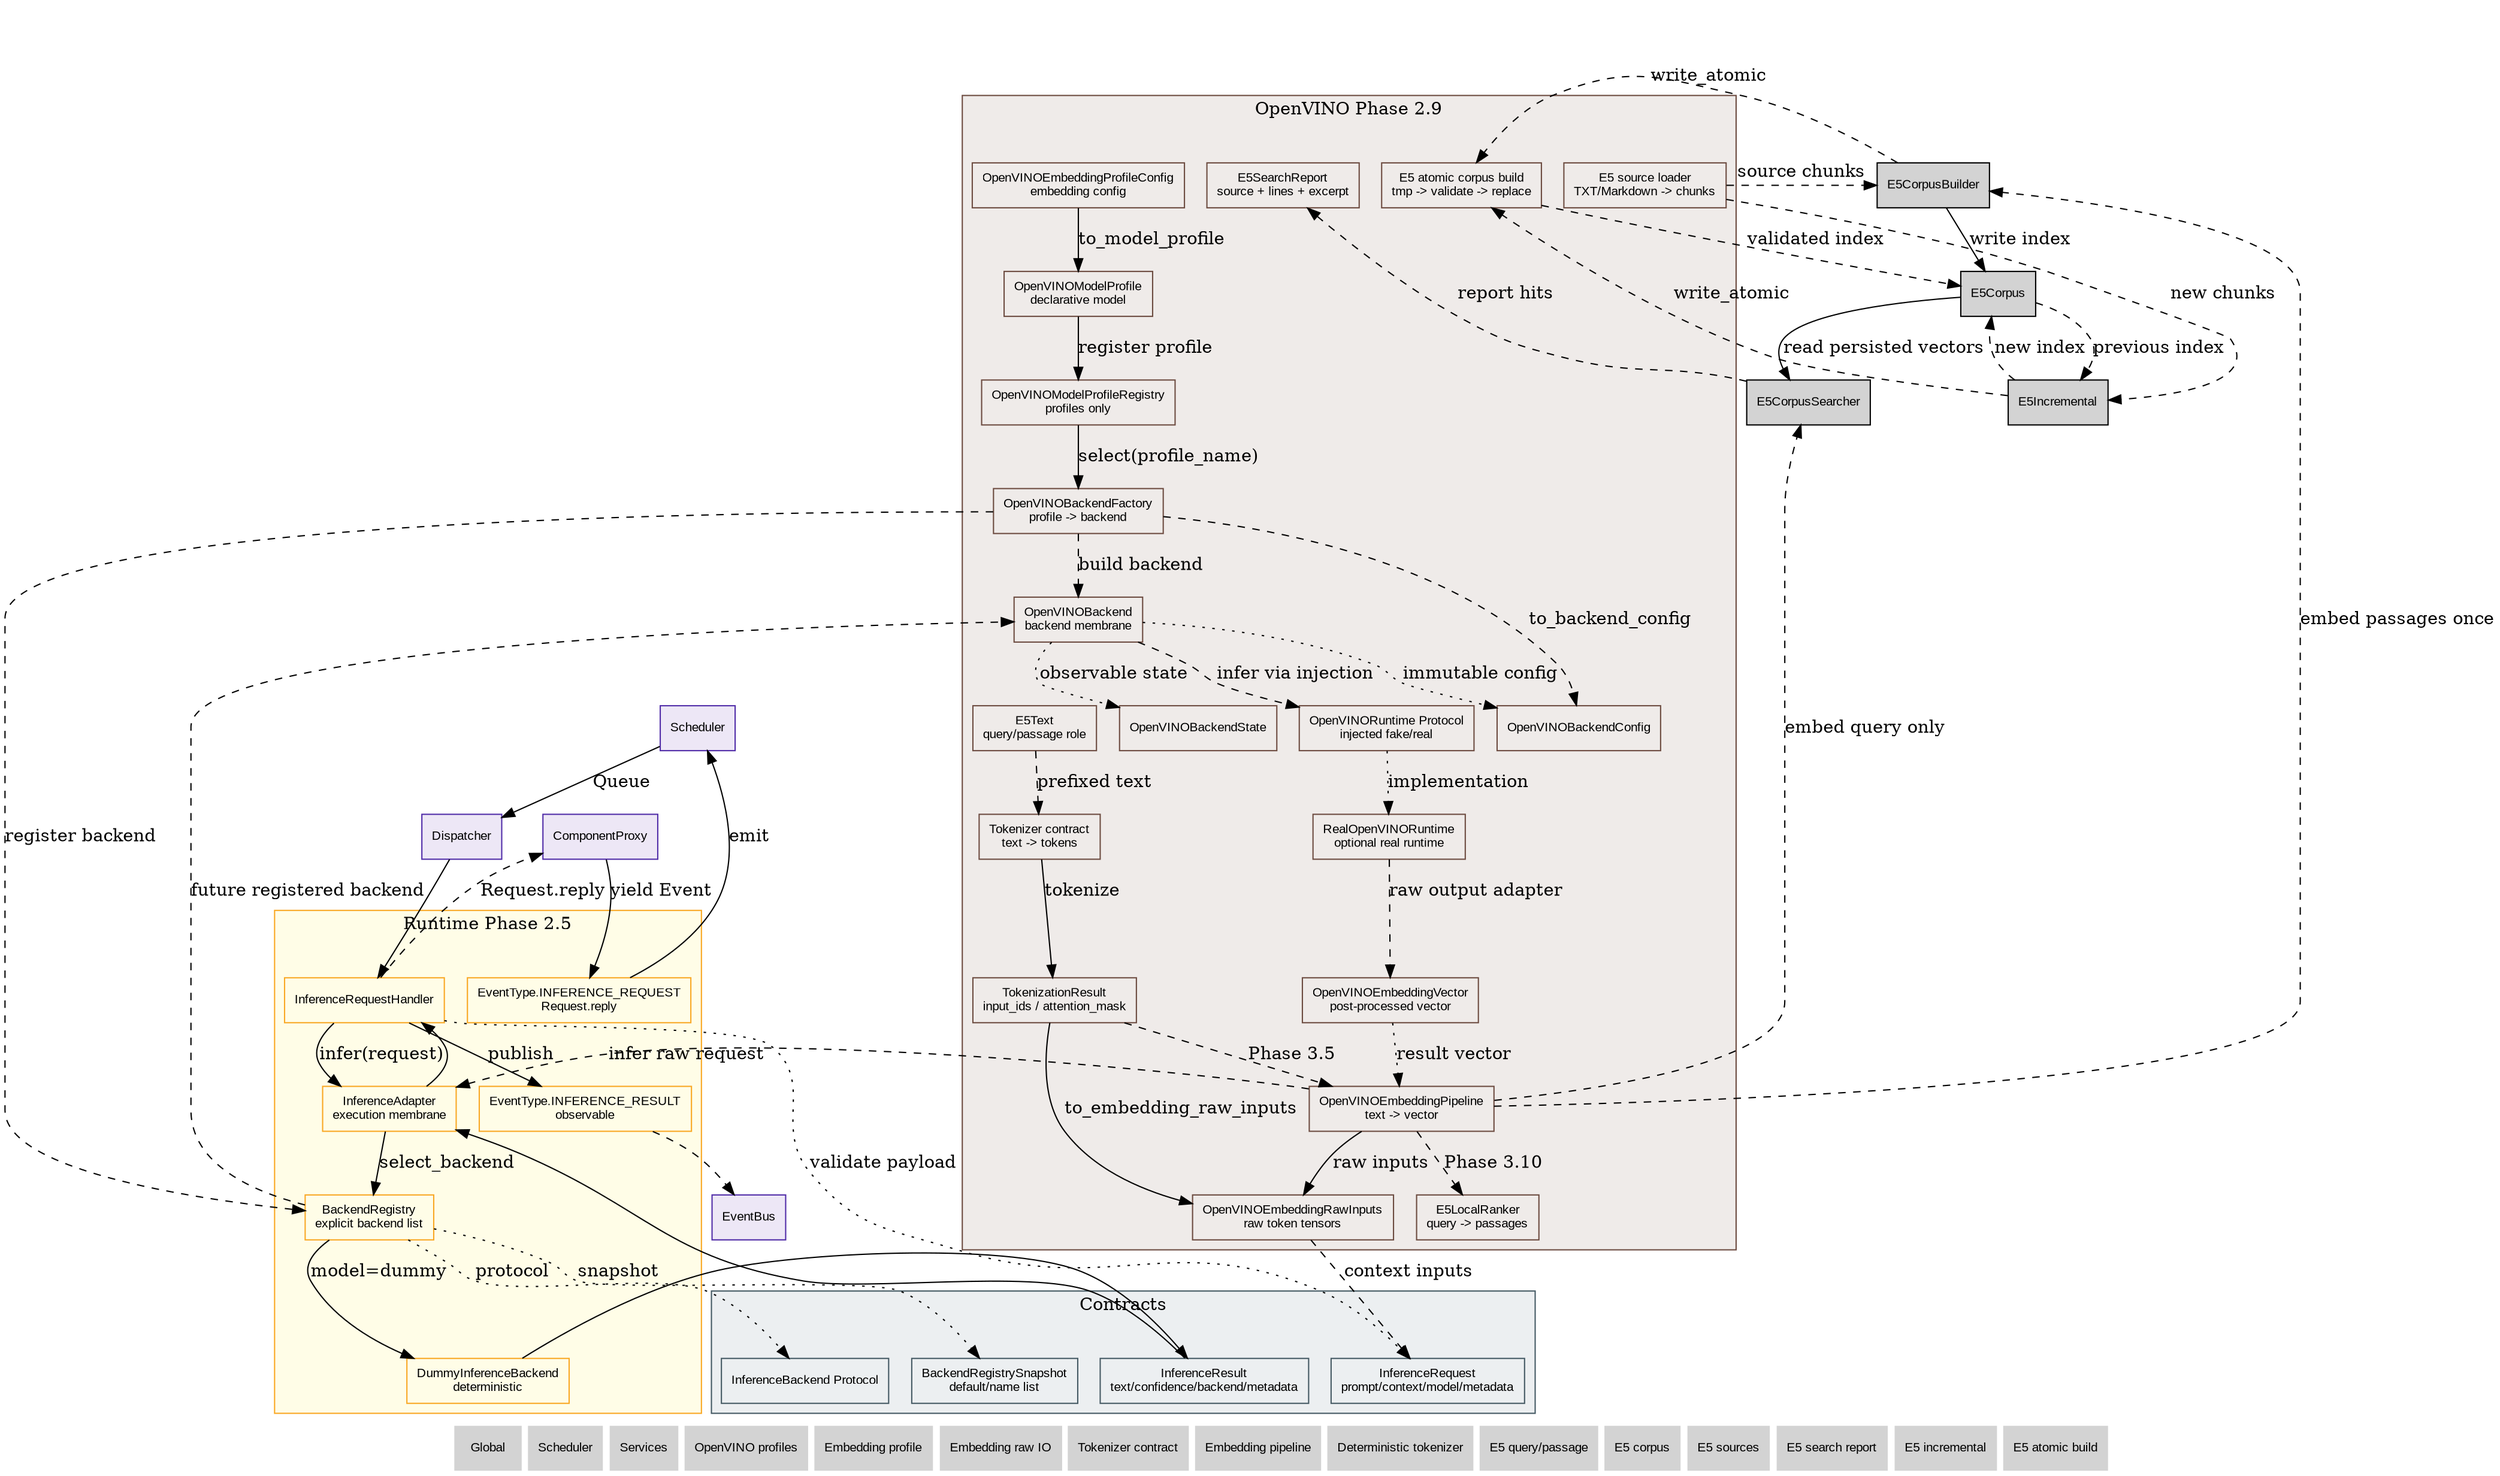
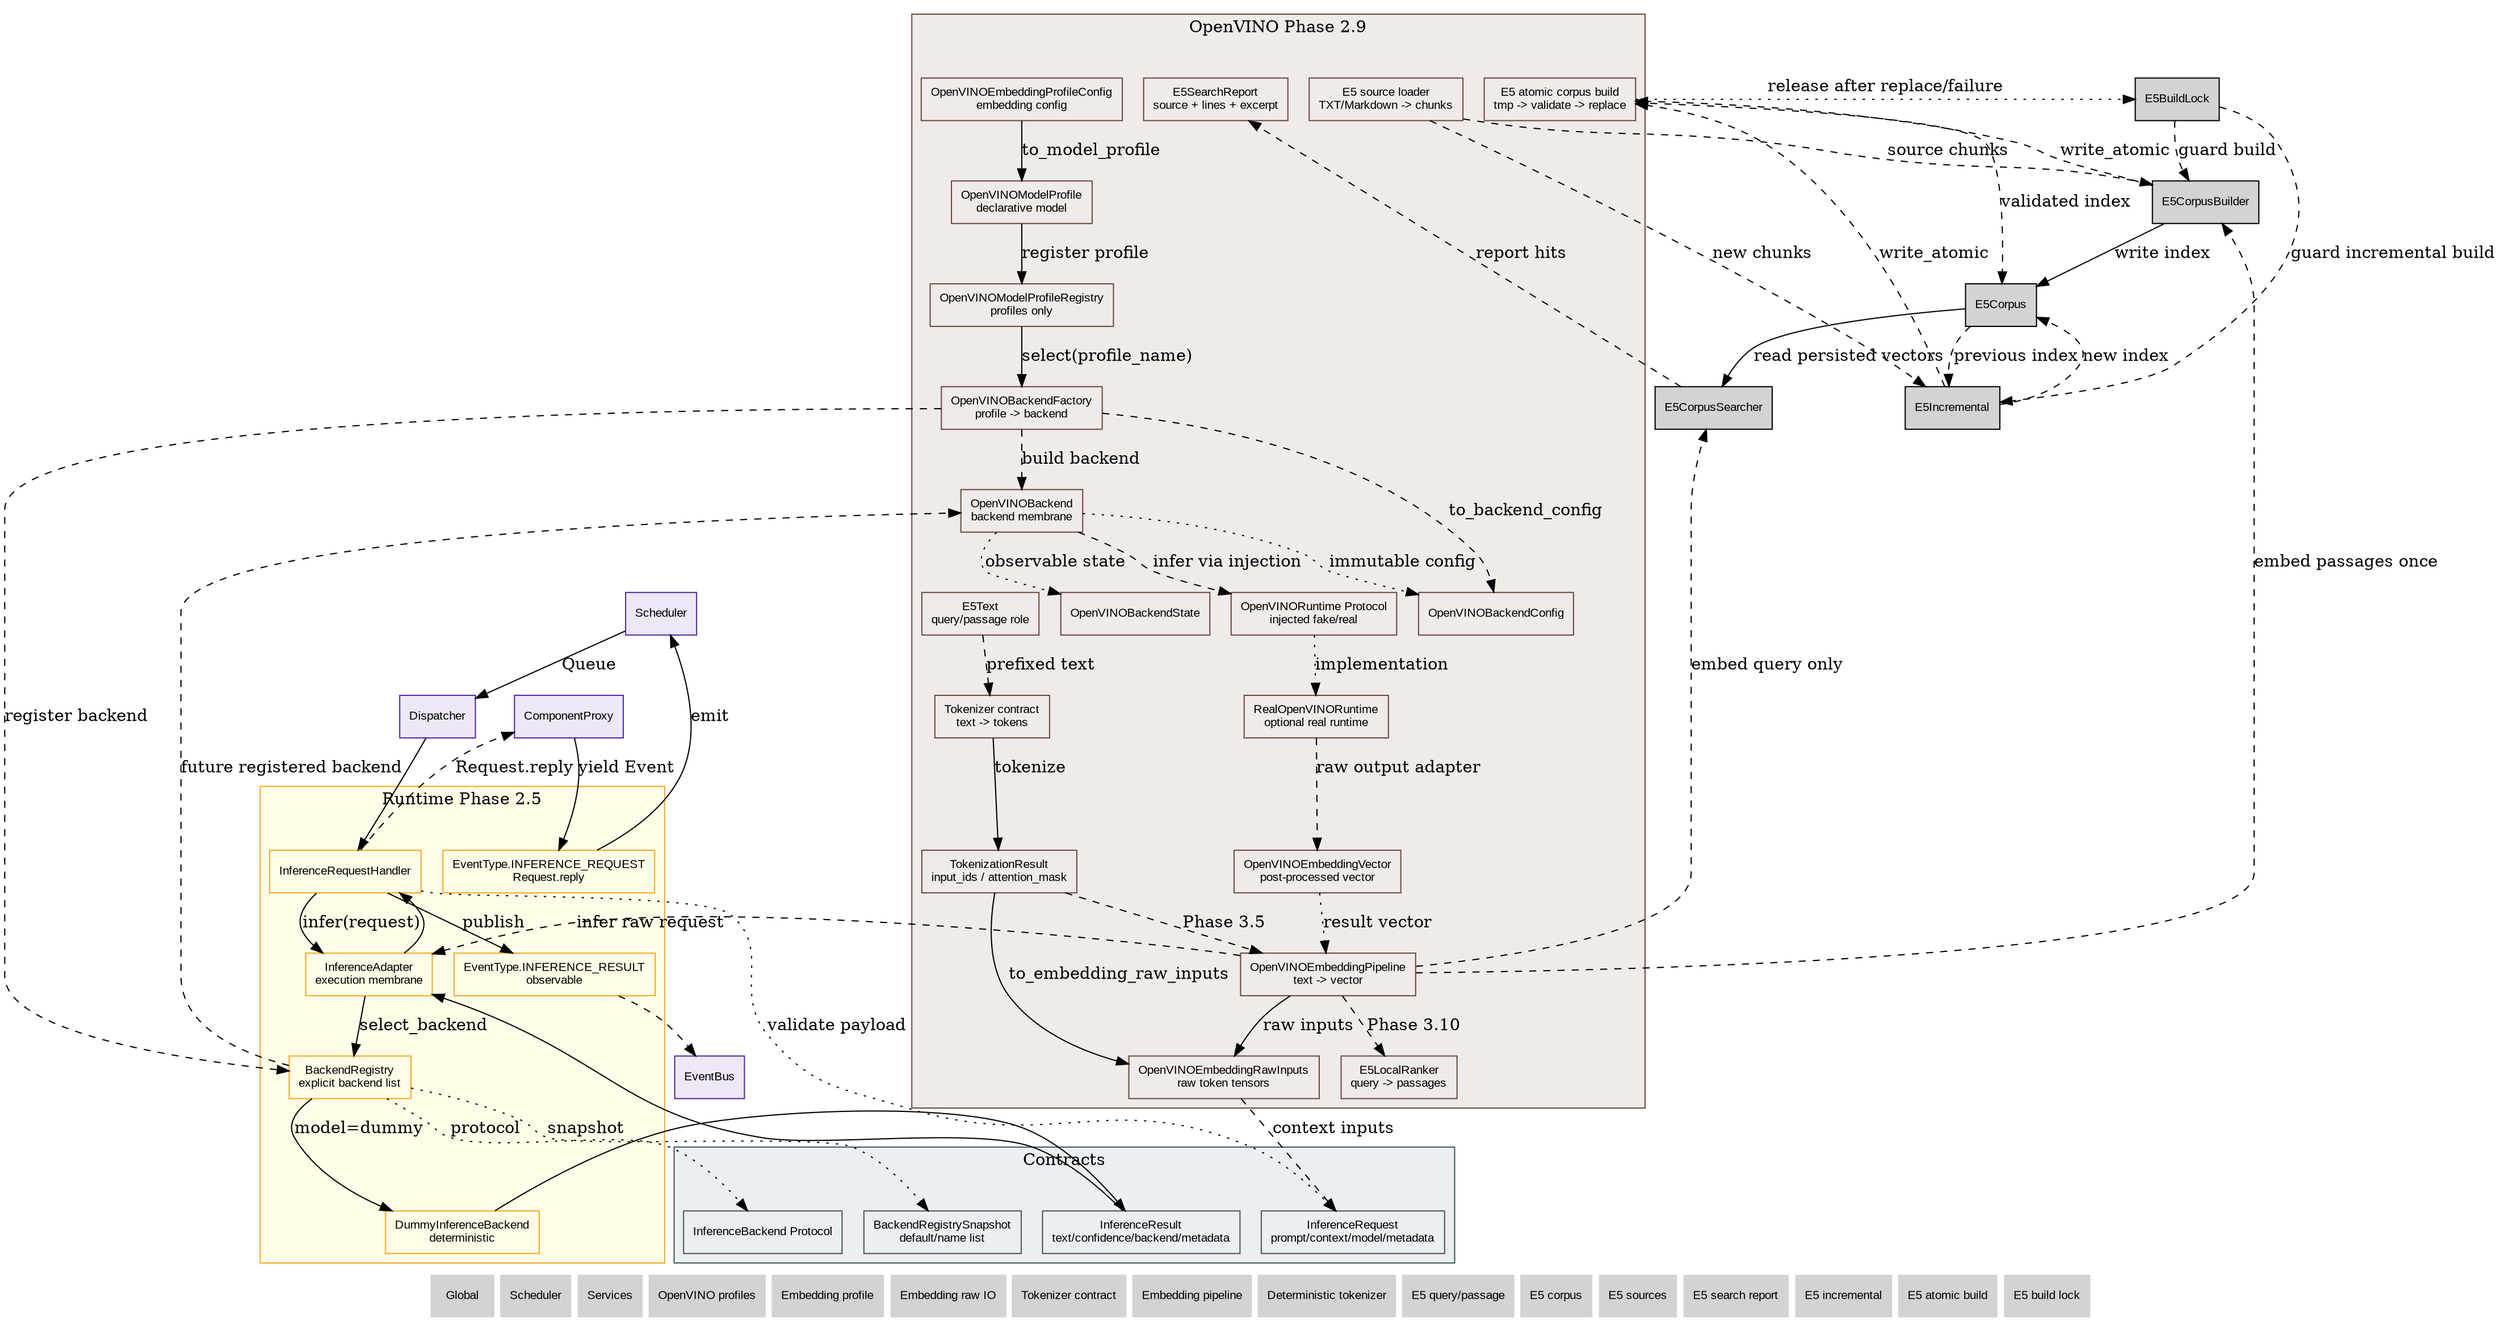
digraph Inference {
    // ROADMAP_ID: inference
    // ROADMAP_PARENT: 00_global.dot

    rankdir=TB;
    node [shape=box, style=filled, fontname="Arial", fontsize=10];

    // ROADMAP_NOTE[phase2_9]:
    // OpenVINOBackend possède maintenant un runtime réel optionnel isolé dans
    // inference/openvino_runtime.py. Le Scheduler, le Dispatcher et
    // ComponentProxy ne changent pas. Aucun modèle n'est imposé : le runtime
    // exécute uniquement des entrées OpenVINO brutes.

    // ROADMAP_NOTE[phase3_0]:
    // Les profils OpenVINO séparent le choix déclaratif des modèles de
    // BackendRegistry. On peut préparer embedding/generation/raw sans imposer
    // de tokenizer ni instancier OpenVINO.

    // ROADMAP_NOTE[phase3_1]:
    // OpenVINOBackendFactory devient le pont explicite entre profils déclarés
    // et backends enregistrés. Aucun fallback modèle n'est ajouté.

    // ROADMAP_NOTE[phase3_2]:
    // OpenVINOEmbeddingProfileConfig fournit une configuration de profil
    // embedding sans modèle local imposé et sans tokenizer intégré.

    // ROADMAP_NOTE[phase3_3]:
    // La couche embedding raw sépare tokens déjà préparés, inputs OpenVINO
    // bruts, pooling/normalisation et vecteur final. Aucun tokenizer ni
    // modèle précis n'est imposé.

    // ROADMAP_NOTE[phase3_4]:
    // Le contrat tokenizer ajoute la membrane texte -> TokenizationResult ->
    // OpenVINOEmbeddingRawInputs sans imposer Hugging Face, SentencePiece ou
    // un modèle local.

    // ROADMAP_NOTE[phase3_5]:
    // OpenVINOEmbeddingPipeline assemble tokenizer injectable, raw inputs,
    // InferenceAdapter et output adapter en chemin direct mono-texte. Le
    // Scheduler ne reçoit aucune nouvelle responsabilité.

    // ROADMAP_NOTE[phase3_6]:
    // DeterministicTokenizer fournit un tokenizer concret minimal de test,
    // pure stdlib, pour valider le pipeline sans choisir de vrai tokenizer
    // modèle. Il ne revendique aucune compatibilité BGE/E5/MiniLM.

    // ROADMAP_NOTE[phase3_10]:
    // Le contrat E5 query/passage rend explicite le rôle du texte avant
    // tokenization et ajoute un mini-ranker local query -> passages -> scores
    // avant Qdrant.

    // ROADMAP_NOTE[phase3_12]:
    // E5CorpusIndex persiste les embeddings de passages localement. La query
    // reste calculée à la demande, mais les passages ne sont plus recalculés
    // à chaque recherche. Qdrant reste une étape ultérieure.

    // ROADMAP_NOTE[phase3_13]:
    // E5SourceDocument et E5TextChunk ajoutent l'ingestion locale de fichiers
    // TXT/Markdown. Le découpage source -> chunks -> E5CorpusDocument reste
    // déterministe, hors Scheduler et avant Qdrant.
    // ROADMAP_NOTE[phase3_14]:
    // E5SearchReport enrichit les hits du corpus avec contexte source, lignes
    // et extrait stable pour rendre la recherche locale exploitable.

    // ROADMAP_NOTE[phase3_15]:
    // E5IncrementalCorpusBuilder évite de recalculer les embeddings des chunks
    // inchangés en comparant une empreinte stable document.id + texte préfixé.

    // ROADMAP_NOTE[phase3_16]:
    // E5CorpusJsonStore.write_atomic protège le corpus local : écriture dans
    // un fichier temporaire voisin, relecture, validation, puis Path.replace.
+ 
+     // ROADMAP_NOTE[phase3_17]:
+     // E5CorpusBuildLock ajoute un verrou fichier exclusif pendant tout le
+     // build afin d'éviter deux reconstructions concurrentes du même corpus.

    subgraph cluster_contracts {
        label="Contracts";
        color="#455a64";
        bgcolor="#eceff1";
        node [fillcolor="#eceff1", color="#455a64"];
        InferenceRequest [label="InferenceRequest\nprompt/context/model/metadata"];
        InferenceResult [label="InferenceResult\ntext/confidence/backend/metadata"];
        InferenceBackend [label="InferenceBackend Protocol"];
        RegistrySnapshot [label="BackendRegistrySnapshot\ndefault/name list"];
    }

    subgraph cluster_runtime {
        label="Runtime Phase 2.5";
        color="#f9a825";
        bgcolor="#fffde7";
        node [fillcolor="#fffde7", color="#f9a825"];
        EventRequest [label="EventType.INFERENCE_REQUEST\nRequest.reply"];
        Handler [label="InferenceRequestHandler"];
        Adapter [label="InferenceAdapter\nexecution membrane"];
        Registry [label="BackendRegistry\nexplicit backend list"];
        Dummy [label="DummyInferenceBackend\ndeterministic"];
        EventResult [label="EventType.INFERENCE_RESULT\nobservable"];
    }

    subgraph cluster_openvino_contract {
        label="OpenVINO Phase 2.9";
        color="#6d4c41";
        bgcolor="#efebe9";
        node [fillcolor="#efebe9", color="#6d4c41"];
        OpenVINO [label="OpenVINOBackend\nbackend membrane", URL="41_openvino_backend.svg"];
        OpenVINOConfig [label="OpenVINOBackendConfig"];
        OpenVINOState [label="OpenVINOBackendState"];
        OpenVINORuntime [label="OpenVINORuntime Protocol\ninjected fake/real"];
        RealRuntime [label="RealOpenVINORuntime\noptional real runtime", URL="42_openvino_runtime.svg"];
        ModelProfile [label="OpenVINOModelProfile\ndeclarative model", URL="43_openvino_profiles.svg"];
        ProfileRegistry [label="OpenVINOModelProfileRegistry\nprofiles only", URL="43_openvino_profiles.svg"];
        BackendFactory [label="OpenVINOBackendFactory\nprofile -> backend", URL="43_openvino_profiles.svg"];
        EmbeddingConfig [label="OpenVINOEmbeddingProfileConfig\nembedding config", URL="44_openvino_embedding_profile.svg"];
        EmbeddingRaw [label="OpenVINOEmbeddingRawInputs\nraw token tensors", URL="45_openvino_embedding_raw.svg"];
        EmbeddingVector [label="OpenVINOEmbeddingVector\npost-processed vector", URL="45_openvino_embedding_raw.svg"];
        TokenizerContract [label="Tokenizer contract\ntext -> tokens", URL="46_tokenizer_contract.svg"];
        TokenizationResult [label="TokenizationResult\ninput_ids / attention_mask", URL="46_tokenizer_contract.svg"];
        EmbeddingPipeline [label="OpenVINOEmbeddingPipeline\ntext -> vector", URL="47_openvino_embedding_pipeline.svg"];
        E5Text [label="E5Text\nquery/passage role", URL="49_e5_query_passage.svg"];
        E5Ranker [label="E5LocalRanker\nquery -> passages", URL="49_e5_query_passage.svg"];
        E5Sources [label="E5 source loader\nTXT/Markdown -> chunks", URL="51_e5_sources.svg"];
        E5SearchReport [label="E5SearchReport\nsource + lines + excerpt", URL="52_e5_search_report.svg"];
        E5AtomicBuild [label="E5 atomic corpus build\ntmp -> validate -> replace", URL="54_e5_atomic_build.svg"];
    }

    Scheduler [fillcolor="#ede7f6", color="#512da8", URL="../scheduler/10_scheduler.svg"];
    Dispatcher [fillcolor="#ede7f6", color="#512da8", URL="../scheduler/dispatcher/11_dispatcher.svg"];
    ComponentProxy [fillcolor="#ede7f6", color="#512da8", URL="../scheduler/component_proxy/14_component_proxy.svg"];
    EventBus [fillcolor="#ede7f6", color="#512da8", URL="../scheduler/event_bus/12_event_bus.svg"];

    ComponentProxy -> EventRequest [label="yield Event"];
    EventRequest -> Scheduler [label="emit"];
    Scheduler -> Dispatcher [label="Queue"];
    Dispatcher -> Handler;
    Handler -> InferenceRequest [style=dotted, label="validate payload"];
    Handler -> Adapter [label="infer(request)"];
    Adapter -> Registry [label="select_backend"];
    Registry -> RegistrySnapshot [style=dotted, label="snapshot"];
    Registry -> InferenceBackend [style=dotted, label="protocol"];
    Registry -> Dummy [label="model=dummy"];
    Dummy -> InferenceResult;
    InferenceResult -> Adapter;
    Adapter -> Handler;
    Handler -> ComponentProxy [label="Request.reply", style=dashed];
    Handler -> EventResult [label="publish"];
    EventResult -> EventBus [style=dashed];

    Registry -> OpenVINO [style=dashed, label="future registered backend"];
    OpenVINO -> OpenVINOConfig [style=dotted, label="immutable config"];
    OpenVINO -> OpenVINOState [style=dotted, label="observable state"];
    OpenVINO -> OpenVINORuntime [style=dashed, label="infer via injection"];
    OpenVINORuntime -> RealRuntime [style=dotted, label="implementation"];
    EmbeddingConfig -> ModelProfile [label="to_model_profile"];
    E5Text -> TokenizerContract [style=dashed, label="prefixed text"];
    TokenizerContract -> TokenizationResult [label="tokenize"];
    TokenizationResult -> EmbeddingRaw [label="to_embedding_raw_inputs"];
    TokenizationResult -> EmbeddingPipeline [style=dashed, label="Phase 3.5"];
    EmbeddingPipeline -> EmbeddingRaw [label="raw inputs"];
    EmbeddingRaw -> InferenceRequest [style=dashed, label="context inputs"];
    EmbeddingPipeline -> Adapter [style=dashed, label="infer raw request"];
    RealRuntime -> EmbeddingVector [style=dashed, label="raw output adapter"];
    EmbeddingVector -> EmbeddingPipeline [style=dotted, label="result vector"];
    EmbeddingPipeline -> E5Ranker [style=dashed, label="Phase 3.10"];
    E5Sources -> E5CorpusBuilder [style=dashed, label="source chunks"];
    EmbeddingPipeline -> E5CorpusBuilder [style=dashed, label="embed passages once"];
    E5Corpus -> E5Incremental [style=dashed, label="previous index"];
    E5Sources -> E5Incremental [style=dashed, label="new chunks"];
    E5Incremental -> E5Corpus [style=dashed, label="new index"];
+     E5BuildLock -> E5CorpusBuilder [style=dashed, label="guard build"];
+     E5BuildLock -> E5Incremental [style=dashed, label="guard incremental build"];
    E5CorpusBuilder -> E5AtomicBuild [style=dashed, label="write_atomic"];
    E5Incremental -> E5AtomicBuild [style=dashed, label="write_atomic"];
    E5AtomicBuild -> E5Corpus [style=dashed, label="validated index"];
+     E5AtomicBuild -> E5BuildLock [style=dotted, label="release after replace/failure"];
    EmbeddingPipeline -> E5CorpusSearcher [style=dashed, label="embed query only"];
    E5CorpusBuilder -> E5Corpus [label="write index"];
    E5Corpus -> E5CorpusSearcher [label="read persisted vectors"];
    E5CorpusSearcher -> E5SearchReport [style=dashed, label="report hits"];
    ModelProfile -> ProfileRegistry [label="register profile"];
    ProfileRegistry -> BackendFactory [label="select(profile_name)"];
    BackendFactory -> OpenVINOConfig [style=dashed, label="to_backend_config"];
    BackendFactory -> OpenVINO [style=dashed, label="build backend"];
    BackendFactory -> Registry [style=dashed, label="register backend"];

    Nav_Global [label="Global", shape=plaintext, URL="../00_global.svg"];
    Nav_Scheduler [label="Scheduler", shape=plaintext, URL="../scheduler/10_scheduler.svg"];
    Nav_Services [label="Services", shape=plaintext, URL="../services/30_services.svg"];
    Nav_Profiles [label="OpenVINO profiles", shape=plaintext, URL="43_openvino_profiles.svg"];
    Nav_Embedding [label="Embedding profile", shape=plaintext, URL="44_openvino_embedding_profile.svg"];
    Nav_EmbeddingRaw [label="Embedding raw IO", shape=plaintext, URL="45_openvino_embedding_raw.svg"];
    Nav_Tokenizer [label="Tokenizer contract", shape=plaintext, URL="46_tokenizer_contract.svg"];
    Nav_Pipeline [label="Embedding pipeline", shape=plaintext, URL="47_openvino_embedding_pipeline.svg"];
    Nav_TestTokenizer [label="Deterministic tokenizer", shape=plaintext, URL="48_deterministic_tokenizer.svg"];
    Nav_E5QueryPassage [label="E5 query/passage", shape=plaintext, URL="49_e5_query_passage.svg"];
    Nav_E5Corpus [label="E5 corpus", shape=plaintext, URL="50_e5_corpus.svg"];
    Nav_E5Sources [label="E5 sources", shape=plaintext, URL="51_e5_sources.svg"];
    Nav_E5SearchReport [label="E5 search report", shape=plaintext, URL="52_e5_search_report.svg"];
    Nav_E5Incremental [label="E5 incremental", shape=plaintext, URL="53_e5_incremental.svg"];
    Nav_E5Atomic [label="E5 atomic build", shape=plaintext, URL="54_e5_atomic_build.svg"];
- 
-     { rank=sink; Nav_Global; Nav_Scheduler; Nav_Services; Nav_Profiles; Nav_Embedding; Nav_EmbeddingRaw; Nav_Tokenizer; Nav_Pipeline; Nav_TestTokenizer; Nav_E5QueryPassage; Nav_E5Corpus; Nav_E5Sources; Nav_E5SearchReport; Nav_E5Incremental; Nav_E5Atomic; }
+     Nav_E5BuildLock [label="E5 build lock", shape=plaintext, URL="55_e5_build_lock.svg"];
+ 
+     { rank=sink; Nav_Global; Nav_Scheduler; Nav_Services; Nav_Profiles; Nav_Embedding; Nav_EmbeddingRaw; Nav_Tokenizer; Nav_Pipeline; Nav_TestTokenizer; Nav_E5QueryPassage; Nav_E5Corpus; Nav_E5Sources; Nav_E5SearchReport; Nav_E5Incremental; Nav_E5Atomic; Nav_E5BuildLock; }
}
